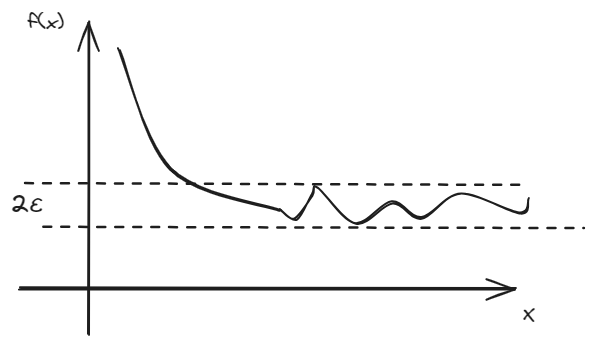
Earlier version of the Excalidraw export diplom/assets/math/optimization/stability.excalidraw.png (NMashalov/EducationGenerativeModelApplication). Source tidied: one line per element, renumbered; positions are measured from the earlier drawing's top-left corner, leaving out a move shared by most shapes.
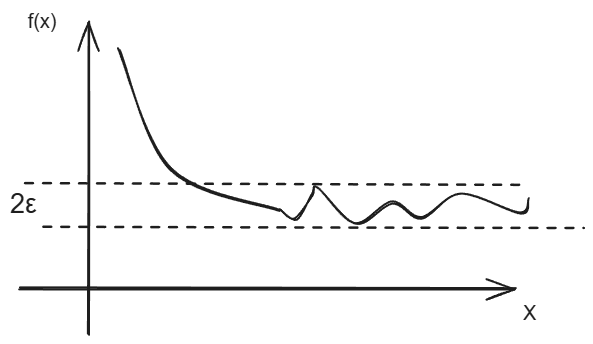
Later version of the same file.

Change to the diagram source:
```diff
@@ -2,8 +2,8 @@
 {"id": 1, "type": "arrow", "strokeColor": "#1e1e1e", "strokeWidth": 2, "roughness": 1, "endArrowhead": "arrow", "round": true, "to": 5, "x": 9, "y": 278, "width": 497, "height": 0, "points": [[0, 0], [497, 0]]}
 {"id": 2, "type": "line", "strokeColor": "#1e1e1e", "strokeWidth": 2, "roughness": 1, "round": true, "x": 108, "y": 39, "width": 162, "height": 162, "points": [[0, 0], [54, 120], [162, 162]]}
 {"id": 3, "type": "line", "strokeColor": "#1e1e1e", "strokeWidth": 2, "roughness": 1, "round": true, "x": 270, "y": 201, "width": 249, "height": 34, "points": [[0, 0], [15, 8], [32, -16], [37, -22], [75, 12], [113, -9], [142, 8], [181, -18], [240, 3], [249, -11]]}
-{"id": 4, "type": "text", "text": "f(x)", "strokeColor": "#1e1e1e", "strokeWidth": 2, "roughness": 1, "fontSize": 20, "fontFamily": 1, "x": 18, "y": 0, "width": 36, "height": 25}
+{"id": 4, "type": "text", "text": "f(x)", "strokeColor": "#1e1e1e", "strokeWidth": 2, "roughness": 1, "fontSize": 20, "fontFamily": 2, "x": 18, "y": 0, "width": 29, "height": 23}
-{"id": 5, "type": "text", "text": "X", "strokeColor": "#1e1e1e", "strokeWidth": 2, "roughness": 1, "fontSize": 20, "fontFamily": 1, "x": 513, "y": 292, "width": 12, "height": 25}
+{"id": 5, "type": "text", "text": "X", "strokeColor": "#1e1e1e", "strokeWidth": 2, "roughness": 1, "fontSize": 20, "fontFamily": 2, "x": 513, "y": 292, "width": 13, "height": 23}
 {"id": 6, "type": "line", "strokeColor": "#1e1e1e", "strokeWidth": 2, "strokeStyle": "dashed", "roughness": 1, "round": true, "x": 16, "y": 174, "width": 500, "height": 1, "points": [[0, 0], [500, 1]]}
 {"id": 7, "type": "line", "strokeColor": "#1e1e1e", "strokeWidth": 2, "strokeStyle": "dashed", "roughness": 1, "round": true, "x": 34, "y": 217, "width": 541, "height": 0, "points": [[0, 0], [541, 0]]}
-{"id": 8, "type": "text", "text": "2ε", "strokeColor": "#1e1e1e", "strokeWidth": 2, "roughness": 1, "fontSize": 26.59, "fontFamily": 1, "x": 0, "y": 179, "width": 32, "height": 33}
+{"id": 8, "type": "text", "text": "2ε", "strokeColor": "#1e1e1e", "strokeWidth": 2, "roughness": 1, "fontSize": 26.59, "fontFamily": 2, "x": 0, "y": 179, "width": 27, "height": 31}
```
